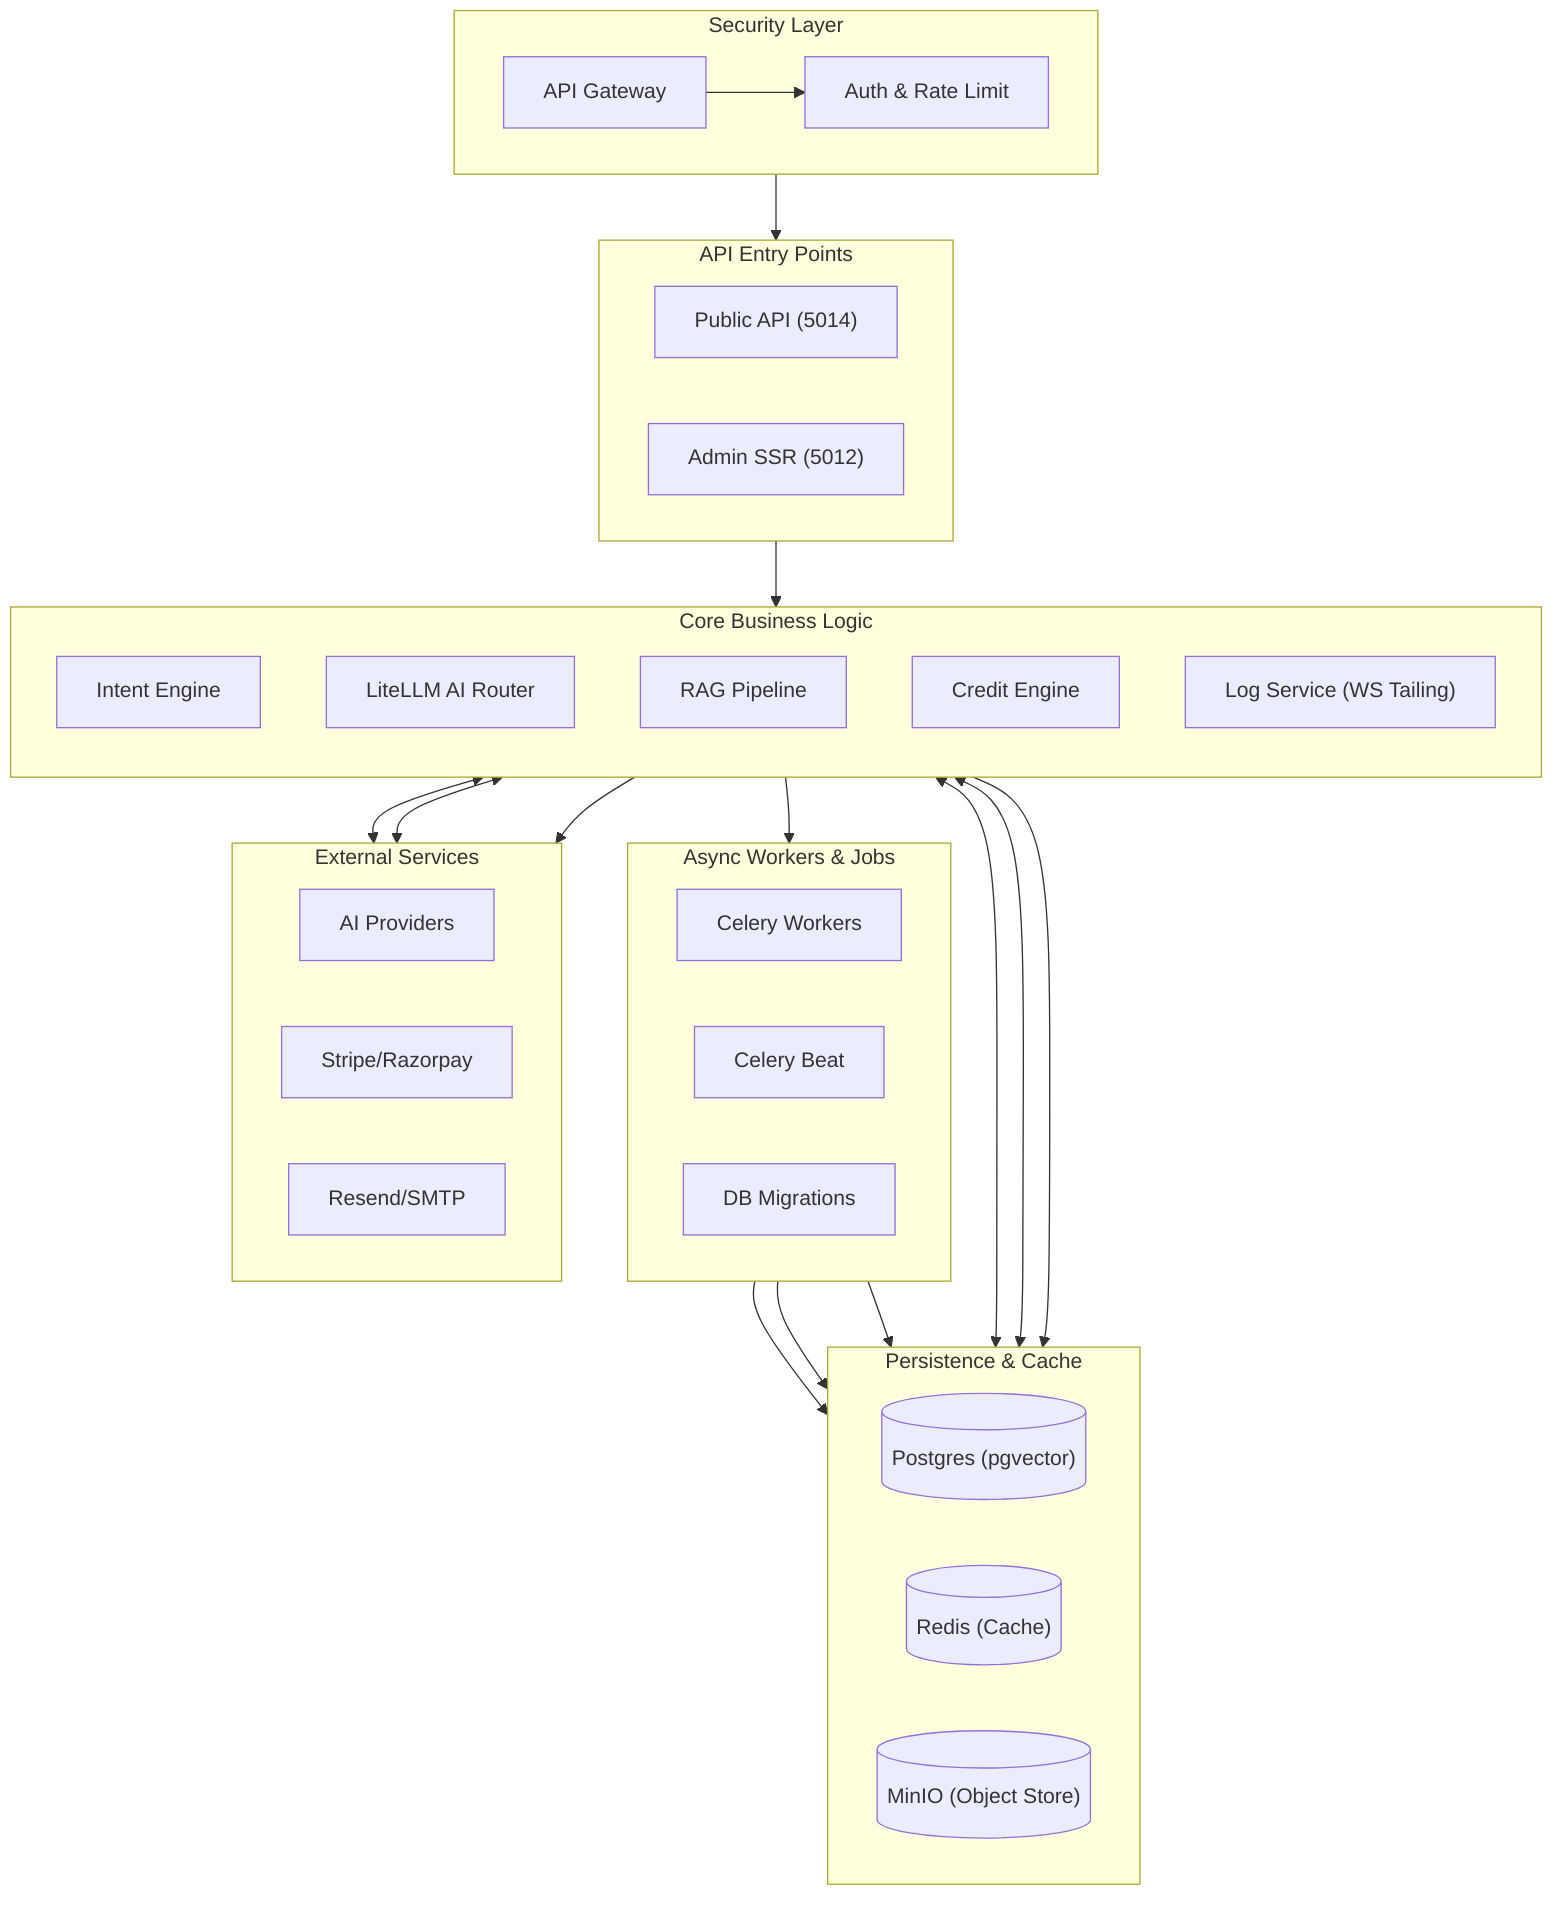
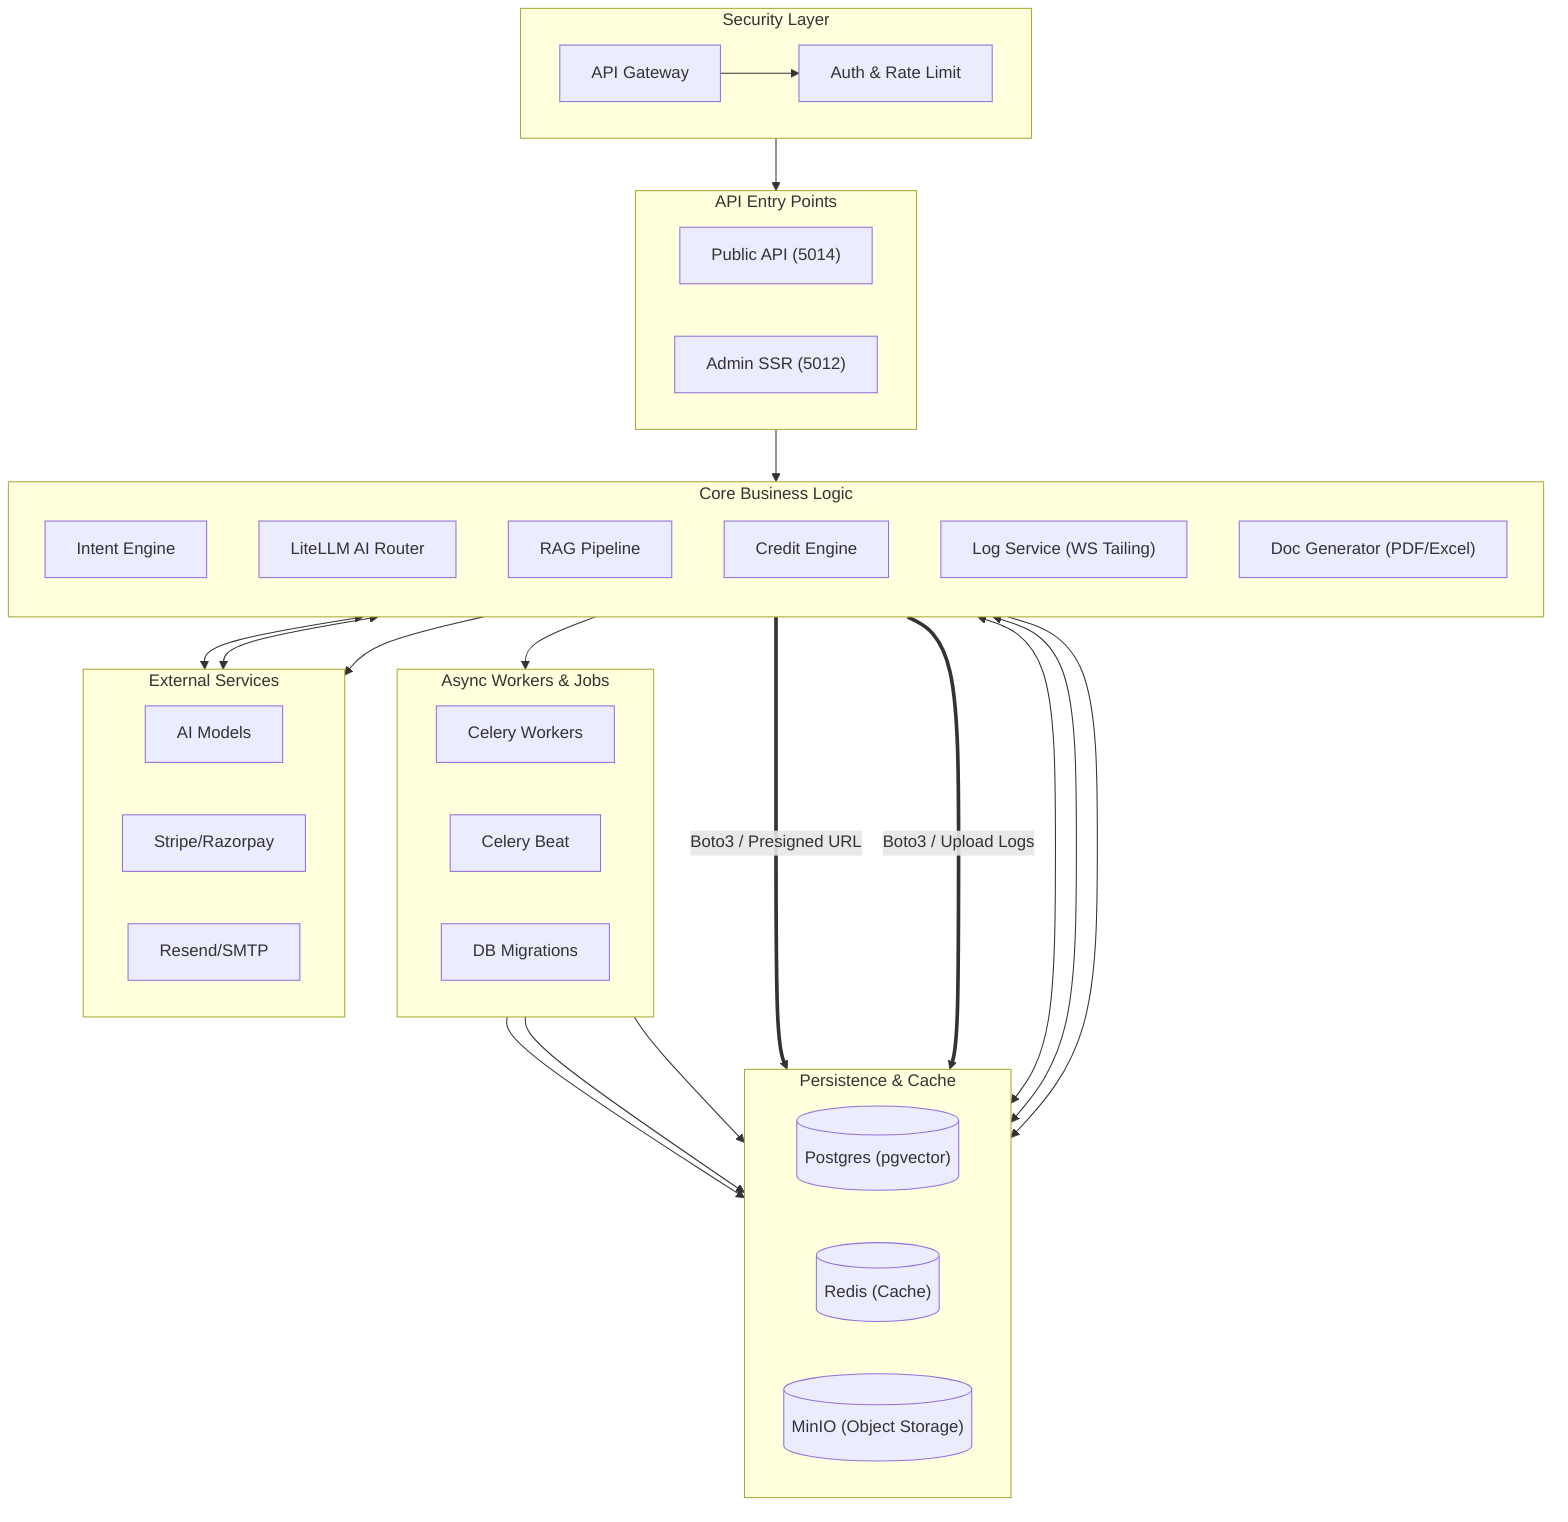
graph TD
    %% Global Styling & Clear Aesthetics
    classDef gateway fill:#f0f9ff,stroke:#0369a1,stroke-width:2px,color:#0c4a6e
    classDef controller fill:#f8fafc,stroke:#334155,stroke-width:2px,color:#0f172a
    classDef service fill:#eff6ff,stroke:#2563eb,stroke-width:2px,color:#1e3a8a
    classDef worker fill:#fff7ed,stroke:#ea580c,stroke-width:2px,color:#7c2d12
    classDef db fill:#f0fdf4,stroke:#16a34a,stroke-width:2px,color:#14532d
    classDef external fill:#fff1f2,stroke:#e11d48,stroke-width:2px,color:#881337

    subgraph Security_Gate ["Security Layer"]
        direction LR
        GW["API Gateway"]
        MW["Auth & Rate Limit"]
        GW --> MW
    end
    class Security_Gate gateway

    subgraph API_Entry ["API Entry Points"]
        direction LR
        Public["Public API (5014)"]
        Admin["Admin SSR (5012)"]
    end
    class API_Entry controller

    subgraph Logic_Core ["Core Business Logic"]
        direction TB
        Intent["Intent Engine"]
        AIRouter["LiteLLM AI Router"]
        RAG["RAG Pipeline"]
        Credits["Credit Engine"]
        Logger["Log Service (WS Tailing)"]
+         DocGen["Doc Generator (PDF/Excel)"]
    end
    class Logic_Core service

    subgraph Async_Tasks ["Async Workers & Jobs"]
        direction LR
        Celery["Celery Workers"]
        Beat["Celery Beat"]
        Migrate["DB Migrations"]
    end
    class Async_Tasks worker

    subgraph Persistence ["Persistence & Cache"]
        direction LR
        PG[("Postgres (pgvector)")]
        Redis[("Redis (Cache)")]
-         MinIO[("MinIO (Object Store)")]
+         MinIO[("MinIO (Object Storage)")]
    end
    class Persistence db

    subgraph Cloud_API ["External Services"]
        direction LR
-         LLM["AI Providers"]
+         LLM["AI Models"]
        Pay["Stripe/Razorpay"]
        Mail["Resend/SMTP"]
    end
    class Cloud_API external

    %% Connections
    MW --> API_Entry
    API_Entry --> Logic_Core

    Logic_Core --> Persistence
    Logic_Core --> Cloud_API

    Logic_Core --> Celery
    Celery --> Persistence
    Beat --> Redis
    Migrate --> PG

+     %% MinIO Specific Integration (S3 Standard)
+     DocGen ==>|"Boto3 / Presigned URL"| MinIO
+     Logger ==>|"Boto3 / Upload Logs"| MinIO
+ 
    %% Specific Data Flows
-     Logger <--> MinIO
    Intent <--> Redis
    AIRouter <--> LLM
    Credits <--> Pay
+     RAG <--> PG

    %% Spacing Styles
    style Security_Gate padding:15px
    style API_Entry padding:15px
    style Logic_Core padding:15px
    style Async_Tasks padding:15px
    style Persistence padding:15px
    style Cloud_API padding:15px